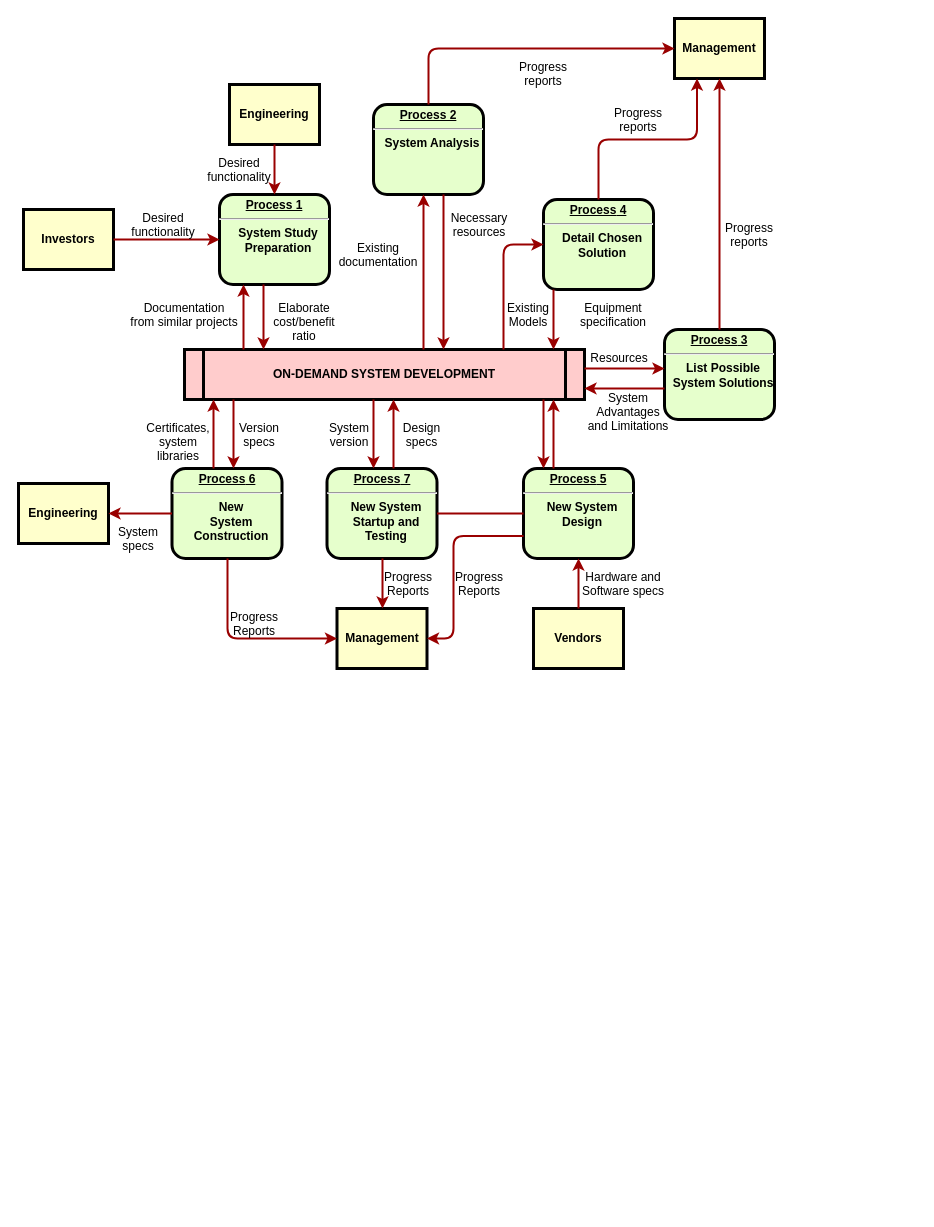
Earlier version of the draw.io diagram architech_10.drawio (snowolfhawk/ceph-scripts). Source tidied: cells renumbered, new cells numbered last; positions are measured from the earlier drawing's top-left corner, leaving out a move shared by most shapes. Both pictures are drawn from the tidied source at 100%, with x=0, y=0 at pixel (18, 18).
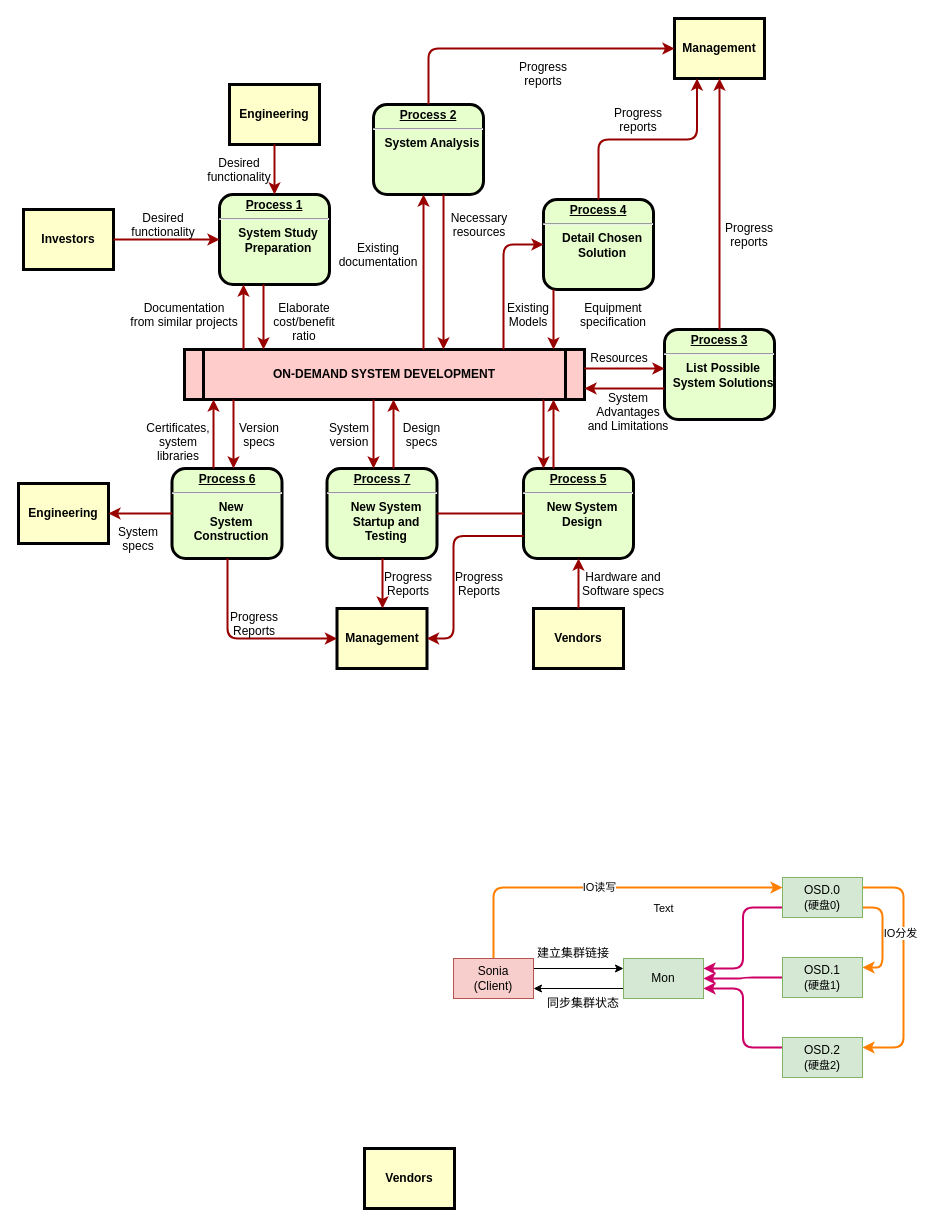
After the change.

What changed in the source:
```diff
@@
+    <mxCell id="63" style="edgeStyle=orthogonalEdgeStyle;rounded=0;jettySize=auto;html=1;exitX=1;exitY=0.25;exitDx=0;exitDy=0;entryX=0;entryY=0.25;entryDx=0;entryDy=0;" parent="1" edge="1" source="66" target="68">
+      <mxGeometry relative="1" as="geometry" />
+    </mxCell>
+    <mxCell id="64" style="edgeStyle=orthogonalEdgeStyle;rounded=1;jettySize=auto;html=1;exitX=0.5;exitY=0;exitDx=0;exitDy=0;entryX=0;entryY=0.25;entryDx=0;entryDy=0;strokeColor=#FF8000;sketch=0;strokeWidth=2;" parent="1" edge="1" source="66" target="73">
+      <mxGeometry relative="1" as="geometry" />
+    </mxCell>
+    <mxCell id="65" value="IO读写" style="edgeLabel;html=1;align=center;verticalAlign=middle;fontSize=11;" parent="64" vertex="1">
+      <mxGeometry x="-0.02" y="1" relative="1" as="geometry" />
+    </mxCell>
+    <mxCell id="66" value="Sonia&lt;br&gt;(Client)" style="text;html=1;strokeColor=#b85450;fillColor=#f8cecc;align=center;verticalAlign=middle;whiteSpace=wrap;overflow=hidden;" parent="1" vertex="1">
+      <mxGeometry x="435" y="940" width="80" height="40" as="geometry" />
+    </mxCell>
+    <mxCell id="67" style="edgeStyle=orthogonalEdgeStyle;rounded=0;jettySize=auto;html=1;exitX=0;exitY=0.75;exitDx=0;exitDy=0;entryX=1;entryY=0.75;entryDx=0;entryDy=0;" parent="1" edge="1" source="68" target="66">
+      <mxGeometry relative="1" as="geometry" />
+    </mxCell>
+    <mxCell id="68" value="Mon" style="text;html=1;strokeColor=#82b366;fillColor=#d5e8d4;align=center;verticalAlign=middle;whiteSpace=wrap;overflow=hidden;" parent="1" vertex="1">
+      <mxGeometry x="605" y="940" width="80" height="40" as="geometry" />
+    </mxCell>
+    <mxCell id="69" style="edgeStyle=orthogonalEdgeStyle;rounded=1;sketch=0;jettySize=auto;html=1;exitX=1;exitY=0.75;exitDx=0;exitDy=0;entryX=1;entryY=0.25;entryDx=0;entryDy=0;fontSize=11;strokeColor=#FF8000;strokeWidth=2;" parent="1" edge="1" source="73" target="78">
+      <mxGeometry relative="1" as="geometry" />
+    </mxCell>
+    <mxCell id="70" style="edgeStyle=orthogonalEdgeStyle;rounded=1;sketch=0;jettySize=auto;html=1;exitX=1;exitY=0.25;exitDx=0;exitDy=0;entryX=1;entryY=0.25;entryDx=0;entryDy=0;fontSize=11;strokeColor=#FF8000;strokeWidth=2;" parent="1" edge="1" source="73" target="75">
+      <mxGeometry relative="1" as="geometry">
+        <Array as="points">
+          <mxPoint x="885" y="869" />
+          <mxPoint x="885" y="1029" />
+        </Array>
+      </mxGeometry>
+    </mxCell>
+    <mxCell id="71" value="IO分发" style="edgeLabel;html=1;align=center;verticalAlign=middle;fontSize=11;" parent="70" vertex="1">
+      <mxGeometry x="-0.29" y="-4" relative="1" as="geometry" />
+    </mxCell>
+    <mxCell id="72" style="edgeStyle=orthogonalEdgeStyle;rounded=1;sketch=0;jumpStyle=none;jettySize=auto;html=1;exitX=0;exitY=0.75;exitDx=0;exitDy=0;entryX=1;entryY=0.25;entryDx=0;entryDy=0;fontSize=11;strokeColor=#CC0066;strokeWidth=2;" parent="1" edge="1" source="73" target="68">
+      <mxGeometry relative="1" as="geometry" />
+    </mxCell>
+    <mxCell id="73" value="OSD.0&lt;br&gt;(&lt;font style=&quot;font-size: 11px&quot;&gt;硬盘0&lt;/font&gt;)" style="text;html=1;strokeColor=#82b366;fillColor=#d5e8d4;align=center;verticalAlign=middle;whiteSpace=wrap;overflow=hidden;" parent="1" vertex="1">
+      <mxGeometry x="764" y="859" width="80" height="40" as="geometry" />
+    </mxCell>
+    <mxCell id="74" style="edgeStyle=orthogonalEdgeStyle;rounded=1;sketch=0;jumpStyle=none;jettySize=auto;html=1;exitX=0;exitY=0.25;exitDx=0;exitDy=0;entryX=1;entryY=0.75;entryDx=0;entryDy=0;fontSize=11;strokeColor=#CC0066;strokeWidth=2;" parent="1" edge="1" source="75" target="68">
+      <mxGeometry relative="1" as="geometry" />
+    </mxCell>
+    <mxCell id="75" value="OSD.2&lt;br&gt;(&lt;font style=&quot;font-size: 11px&quot;&gt;硬盘2&lt;/font&gt;)" style="text;html=1;strokeColor=#82b366;fillColor=#d5e8d4;align=center;verticalAlign=middle;whiteSpace=wrap;overflow=hidden;" parent="1" vertex="1">
+      <mxGeometry x="764" y="1019" width="80" height="40" as="geometry" />
+    </mxCell>
+    <mxCell id="76" value="Vendors" style="whiteSpace=wrap;align=center;verticalAlign=middle;fontStyle=1;strokeWidth=3;fillColor=#FFFFCC;" parent="1" vertex="1">
+      <mxGeometry x="346" y="1130" width="90" height="60" as="geometry" />
+    </mxCell>
+    <mxCell id="77" style="edgeStyle=orthogonalEdgeStyle;rounded=1;sketch=0;jumpStyle=none;jettySize=auto;html=1;exitX=0;exitY=0.5;exitDx=0;exitDy=0;entryX=1;entryY=0.5;entryDx=0;entryDy=0;fontSize=11;strokeColor=#CC0066;strokeWidth=2;" parent="1" edge="1" source="78" target="68">
+      <mxGeometry relative="1" as="geometry" />
+    </mxCell>
+    <mxCell id="78" value="OSD.1&lt;br&gt;(&lt;font style=&quot;font-size: 11px&quot;&gt;硬盘1&lt;/font&gt;)" style="text;html=1;strokeColor=#82b366;fillColor=#d5e8d4;align=center;verticalAlign=middle;whiteSpace=wrap;overflow=hidden;" parent="1" vertex="1">
+      <mxGeometry x="764" y="939" width="80" height="40" as="geometry" />
+    </mxCell>
+    <mxCell id="79" value="建立集群链接" style="text;html=1;strokeColor=none;fillColor=none;align=center;verticalAlign=middle;whiteSpace=wrap;rounded=0;" parent="1" vertex="1">
+      <mxGeometry x="515" y="920" width="80" height="30" as="geometry" />
+    </mxCell>
+    <mxCell id="80" value="同步集群状态" style="text;html=1;strokeColor=none;fillColor=none;align=center;verticalAlign=middle;whiteSpace=wrap;rounded=0;" parent="1" vertex="1">
+      <mxGeometry x="525" y="970" width="80" height="30" as="geometry" />
+    </mxCell>
+    <mxCell id="81" value="Text" style="text;html=1;align=center;verticalAlign=middle;strokeColor=none;fillColor=none;fontSize=11;" parent="1" vertex="1">
+      <mxGeometry x="625" y="880" width="40" height="20" as="geometry" />
+    </mxCell>
```
